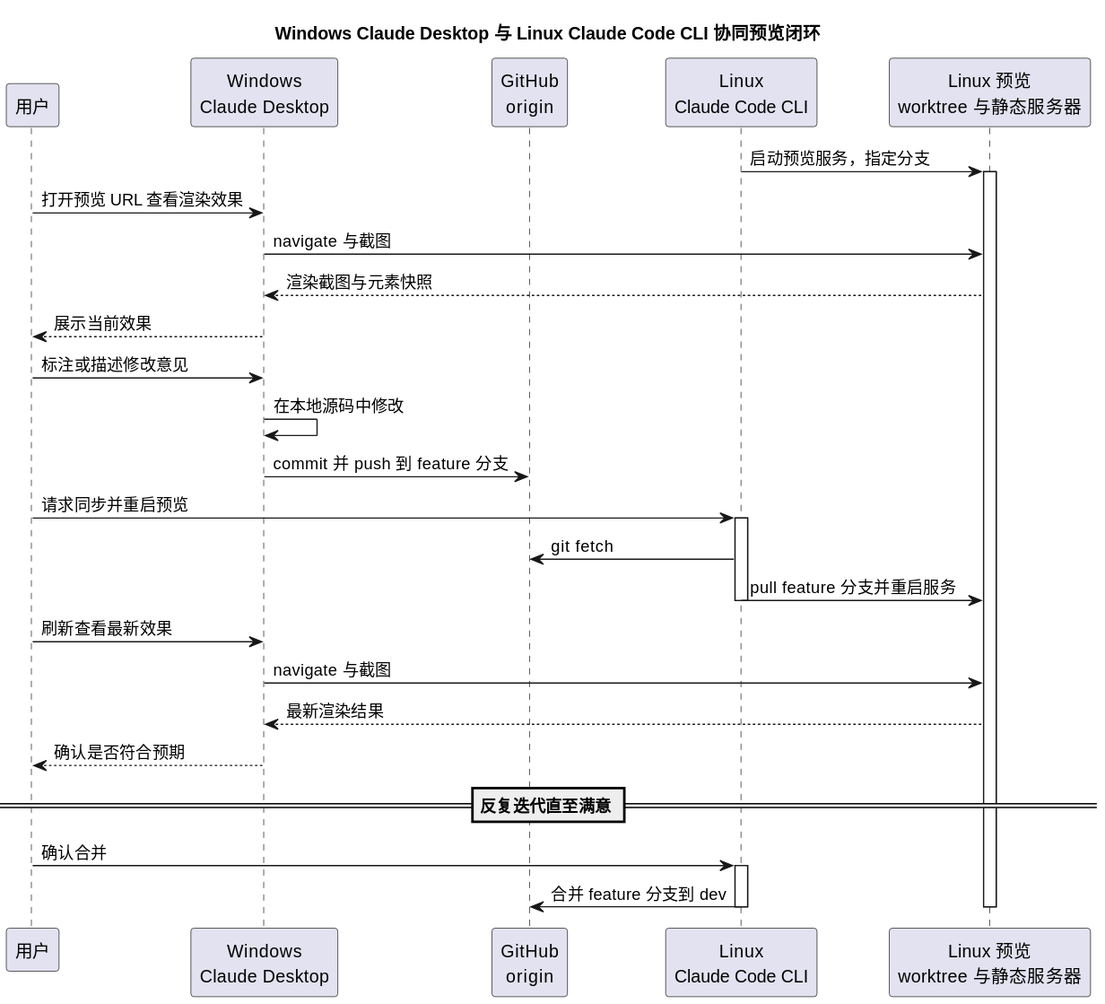
The PlantUML diagram docs/diagrams/dev-workflow-loop.svg in lyty1997/AxialMuseWebsite, before a commit. The source it was exported from:
```plantuml
@startuml
title Windows Claude Desktop 与 Linux Claude Code CLI 协同预览闭环
participant "用户" as User
participant "Windows\nClaude Desktop" as Win
participant "GitHub\norigin" as Hub
participant "Linux\nClaude Code CLI" as Linux
participant "Linux 预览\nworktree 与静态服务器" as Preview

Linux -> Preview : 启动预览服务，指定分支
activate Preview

User -> Win : 打开预览 URL 查看渲染效果
Win -> Preview : navigate 与截图
Preview --> Win : 渲染截图与元素快照
Win --> User : 展示当前效果
User -> Win : 标注或描述修改意见
Win -> Win : 在本地源码中修改
Win -> Hub : commit 并 push 到 feature 分支

User -> Linux : 请求同步并重启预览
activate Linux
Linux -> Hub : git fetch
Linux -> Preview : pull feature 分支并重启服务
deactivate Linux

User -> Win : 刷新查看最新效果
Win -> Preview : navigate 与截图
Preview --> Win : 最新渲染结果
Win --> User : 确认是否符合预期

== 反复迭代直至满意 ==

User -> Linux : 确认合并
activate Linux
Linux -> Hub : 合并 feature 分支到 dev
deactivate Linux
deactivate Preview
@enduml
```
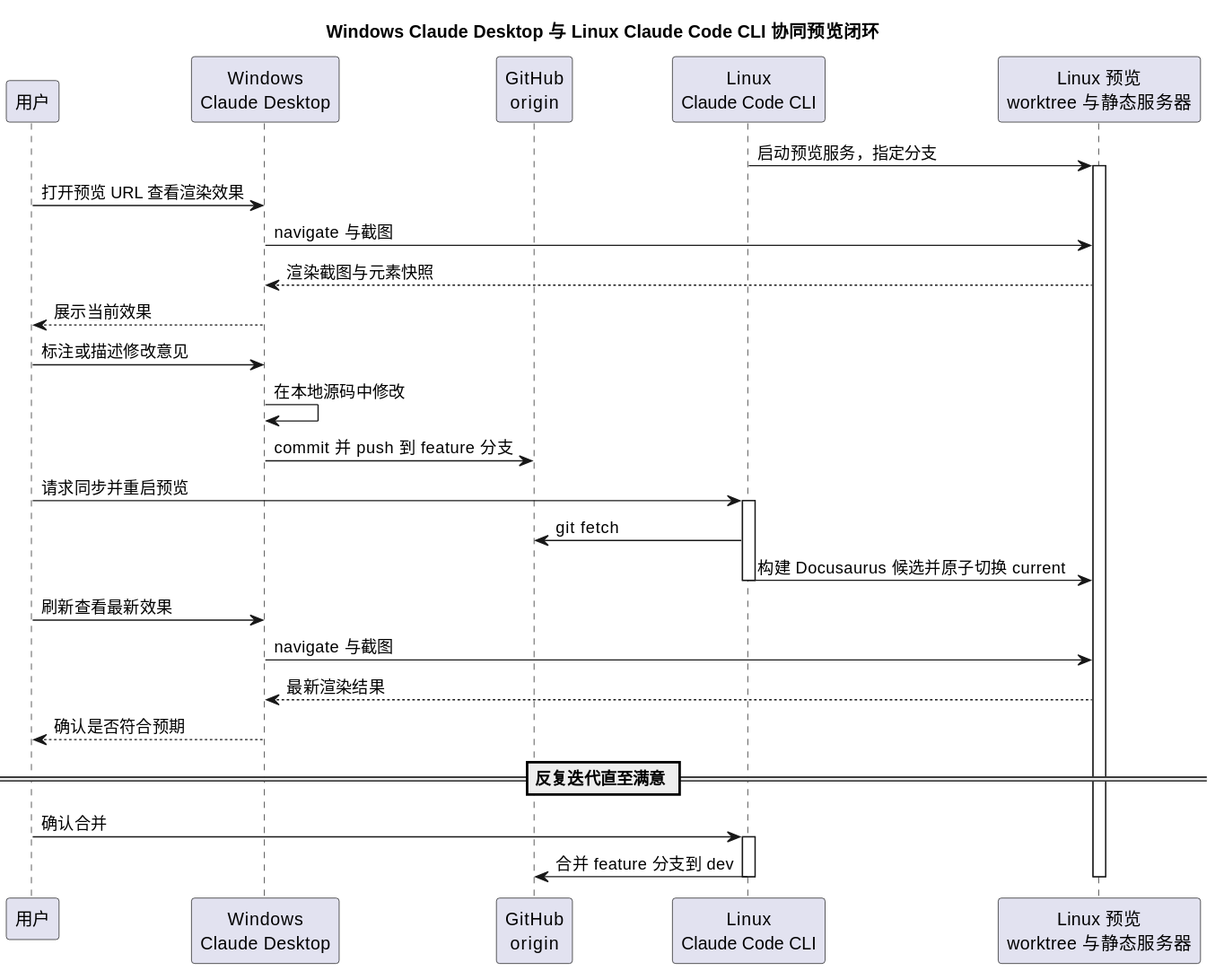
Above is the later version.

Diff of the diagram source:
```diff
@@ -20,7 +20,7 @@
 User -> Linux : 请求同步并重启预览
 activate Linux
 Linux -> Hub : git fetch
-Linux -> Preview : pull feature 分支并重启服务
+Linux -> Preview : 构建 Docusaurus 候选并原子切换 current
 deactivate Linux
 
 User -> Win : 刷新查看最新效果
```
